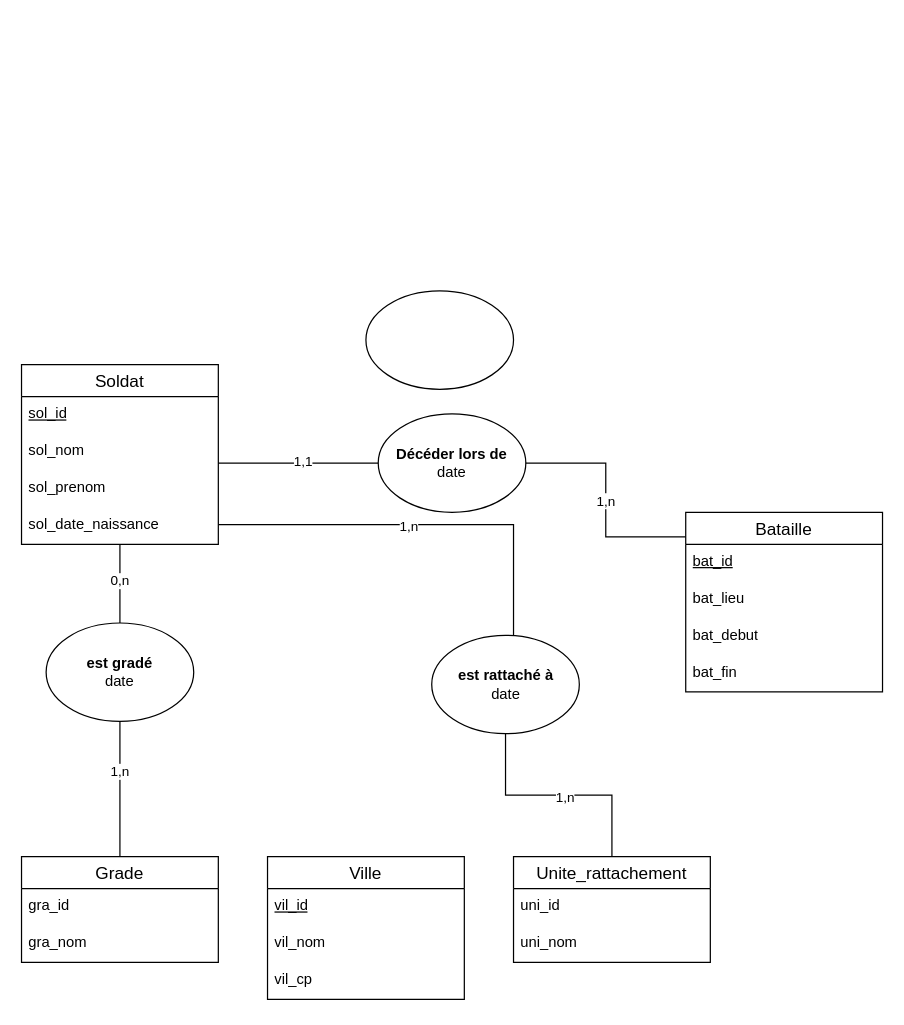
The draw.io diagram MCD_Historien.drawio in Mzk-Ali/EXO_M2I_MERISE, before the edit. Source tidied: cells renumbered, new cells numbered last; positions are measured from the earlier drawing's top-left corner, leaving out a move shared by most shapes. Both pictures are drawn from the tidied source at 123%, with x=0, y=0 at pixel (21, 290).
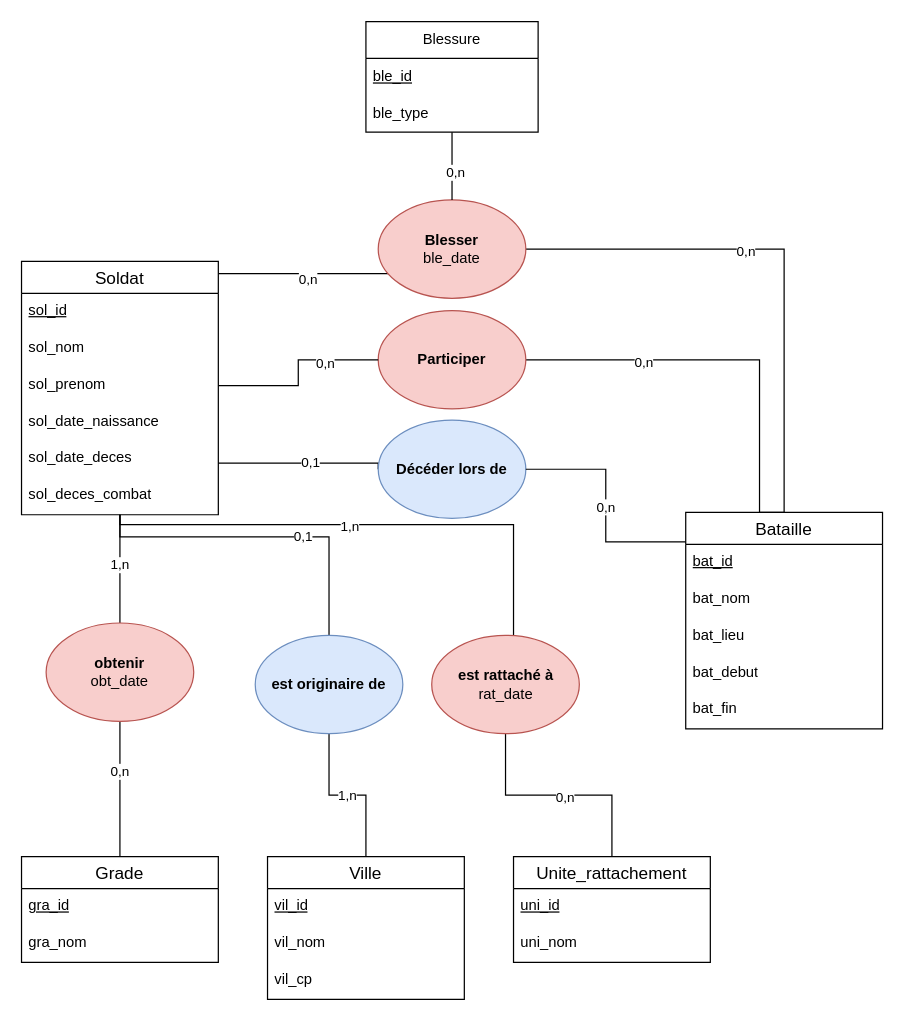
The same page after the edit.

Commit message (it also covers changes not shown here):
Mettre à jour MCD_Historien.drawio

The change refers to these unchanged cells:
```xml
<mxCell id="2" style="edgeStyle=orthogonalEdgeStyle;rounded=0;jettySize=auto;html=1;entryX=0.5;entryY=0;entryDx=0;entryDy=0;endArrow=none;startFill=0;" parent="1" edge="1" source="6" target="33">
  <mxGeometry relative="1" as="geometry" />
</mxCell>
<mxCell id="8" value="sol_nom" style="text;strokeColor=none;fillColor=none;spacingLeft=4;spacingRight=4;overflow=hidden;points=[[0,0.5],[1,0.5]];portConstraint=eastwest;fontSize=12;whiteSpace=wrap;html=1;" parent="6" vertex="1">
  <mxGeometry y="56" width="160" height="30" as="geometry" />
</mxCell>
<mxCell id="9" value="sol_prenom" style="text;strokeColor=none;fillColor=none;spacingLeft=4;spacingRight=4;overflow=hidden;points=[[0,0.5],[1,0.5]];portConstraint=eastwest;fontSize=12;whiteSpace=wrap;html=1;" parent="6" vertex="1">
  <mxGeometry y="86" width="160" height="30" as="geometry" />
</mxCell>
<mxCell id="16" value="Ville" style="swimlane;fontStyle=0;horizontal=1;startSize=26;align=center;fontSize=14;" parent="1" vertex="1">
  <mxGeometry x="200" y="460" width="160" height="116" as="geometry" />
</mxCell>
<mxCell id="20" value="Grade" style="swimlane;fontStyle=0;horizontal=1;startSize=26;align=center;fontSize=14;" parent="1" vertex="1">
  <mxGeometry y="460" width="160" height="86" as="geometry" />
</mxCell>
<mxCell id="23" value="Unite_rattachement" style="swimlane;fontStyle=0;horizontal=1;startSize=26;align=center;fontSize=14;" parent="1" vertex="1">
  <mxGeometry x="400" y="460" width="160" height="86" as="geometry" />
</mxCell>
<mxCell id="29" style="edgeStyle=orthogonalEdgeStyle;rounded=0;jettySize=auto;html=1;entryX=0;entryY=0.137;entryDx=0;entryDy=0;entryPerimeter=0;endArrow=none;startFill=0;" parent="1" edge="1" source="26" target="11">
  <mxGeometry relative="1" as="geometry" />
</mxCell>
<mxCell id="31" style="edgeStyle=orthogonalEdgeStyle;rounded=0;jettySize=auto;html=1;entryX=0.5;entryY=0;entryDx=0;entryDy=0;endArrow=none;startFill=0;" parent="1" edge="1" source="33" target="20">
  <mxGeometry relative="1" as="geometry" />
</mxCell>
<mxCell id="34" style="edgeStyle=orthogonalEdgeStyle;rounded=0;jettySize=auto;html=1;entryX=0.5;entryY=0;entryDx=0;entryDy=0;endArrow=none;startFill=0;" parent="1" edge="1" source="36" target="23">
  <mxGeometry relative="1" as="geometry" />
</mxCell>
```

Diff of the diagram source:
```diff
@@
-    <mxCell id="3" value="0,n" style="edgeLabel;html=1;align=center;verticalAlign=middle;" parent="2" vertex="1">
+    <mxCell id="3" value="1,n" style="edgeLabel;html=1;align=center;verticalAlign=middle;" parent="2" vertex="1">
       <mxGeometry x="-0.08" y="-1" relative="1" as="geometry" />
     </mxCell>
@@
+    <mxCell id="38" style="edgeStyle=orthogonalEdgeStyle;rounded=0;jettySize=auto;html=1;endArrow=none;startFill=0;" parent="1" edge="1" source="6" target="37">
+      <mxGeometry relative="1" as="geometry">
+        <Array as="points">
+          <mxPoint x="190" y="-14" />
+          <mxPoint x="190" y="-14" />
+        </Array>
+      </mxGeometry>
+    </mxCell>
+    <mxCell id="39" value="0,n" style="edgeLabel;html=1;align=center;verticalAlign=middle;" parent="38" vertex="1">
+      <mxGeometry x="0.05" y="-4" relative="1" as="geometry" />
+    </mxCell>
+    <mxCell id="40" style="edgeStyle=orthogonalEdgeStyle;rounded=0;jettySize=auto;html=1;entryX=0.5;entryY=0;entryDx=0;entryDy=0;endArrow=none;startFill=0;" parent="1" edge="1" source="6" target="51">
+      <mxGeometry relative="1" as="geometry">
+        <Array as="points">
+          <mxPoint x="250" y="200" />
+        </Array>
+      </mxGeometry>
+    </mxCell>
+    <mxCell id="41" value="0,1" style="edgeLabel;html=1;align=center;verticalAlign=middle;" parent="40" vertex="1">
+      <mxGeometry x="0.27" y="1" relative="1" as="geometry">
+        <mxPoint x="-4" as="offset" />
+      </mxGeometry>
+    </mxCell>
+    <mxCell id="42" style="edgeStyle=orthogonalEdgeStyle;rounded=0;jettySize=auto;html=1;entryX=0;entryY=0.5;entryDx=0;entryDy=0;endArrow=none;startFill=0;" parent="1" edge="1" source="6" target="26">
+      <mxGeometry relative="1" as="geometry">
+        <Array as="points">
+          <mxPoint x="200" y="140" />
+          <mxPoint x="200" y="140" />
+        </Array>
+      </mxGeometry>
+    </mxCell>
+    <mxCell id="43" value="0,1" style="edgeLabel;html=1;align=center;verticalAlign=middle;" parent="42" vertex="1">
+      <mxGeometry x="0.09" y="1" relative="1" as="geometry" />
+    </mxCell>
     <mxCell id="6" value="Soldat" style="swimlane;fontStyle=0;horizontal=1;startSize=26;align=center;fontSize=14;" parent="1" vertex="1">
-      <mxGeometry y="60" width="160" height="146" as="geometry" />
+      <mxGeometry y="-24" width="160" height="206" as="geometry" />
     </mxCell>
@@
+    <mxCell id="44" value="sol_date_deces" style="text;strokeColor=none;fillColor=none;spacingLeft=4;spacingRight=4;overflow=hidden;fontSize=12;whiteSpace=wrap;html=1;" parent="6" vertex="1">
+      <mxGeometry y="146" width="160" height="30" as="geometry" />
+    </mxCell>
+    <mxCell id="45" value="sol_deces_combat" style="text;strokeColor=none;fillColor=none;spacingLeft=4;spacingRight=4;overflow=hidden;fontSize=12;whiteSpace=wrap;html=1;" parent="6" vertex="1">
+      <mxGeometry y="176" width="160" height="30" as="geometry" />
+    </mxCell>
     <mxCell id="11" value="Bataille" style="swimlane;fontStyle=0;horizontal=1;startSize=26;align=center;fontSize=14;" parent="1" vertex="1">
-      <mxGeometry x="540" y="180" width="160" height="146" as="geometry" />
+      <mxGeometry x="540" y="180" width="160" height="176" as="geometry" />
     </mxCell>
+    <mxCell id="46" value="&lt;u&gt;bat_id&lt;/u&gt;" style="text;strokeColor=none;fillColor=none;spacingLeft=4;spacingRight=4;overflow=hidden;fontSize=12;whiteSpace=wrap;html=1;" parent="11" vertex="1">
+      <mxGeometry y="26" width="160" height="30" as="geometry" />
+    </mxCell>
-    <mxCell id="12" value="&lt;u&gt;bat_id&lt;/u&gt;" style="text;strokeColor=none;fillColor=none;spacingLeft=4;spacingRight=4;overflow=hidden;fontSize=12;whiteSpace=wrap;html=1;" parent="11" vertex="1">
-      <mxGeometry y="26" width="160" height="30" as="geometry" />
+    <mxCell id="12" value="bat_nom" style="text;strokeColor=none;fillColor=none;spacingLeft=4;spacingRight=4;overflow=hidden;fontSize=12;whiteSpace=wrap;html=1;" parent="11" vertex="1">
+      <mxGeometry y="56" width="160" height="30" as="geometry" />
     </mxCell>
     <mxCell id="13" value="bat_lieu" style="text;strokeColor=none;fillColor=none;spacingLeft=4;spacingRight=4;overflow=hidden;fontSize=12;whiteSpace=wrap;html=1;" parent="11" vertex="1">
-      <mxGeometry y="56" width="160" height="30" as="geometry" />
+      <mxGeometry y="86" width="160" height="30" as="geometry" />
     </mxCell>
     <mxCell id="14" value="bat_debut" style="text;strokeColor=none;fillColor=none;spacingLeft=4;spacingRight=4;overflow=hidden;fontSize=12;whiteSpace=wrap;html=1;" parent="11" vertex="1">
-      <mxGeometry y="86" width="160" height="30" as="geometry" />
+      <mxGeometry y="116" width="160" height="30" as="geometry" />
     </mxCell>
     <mxCell id="15" value="bat_fin" style="text;strokeColor=none;fillColor=none;spacingLeft=4;spacingRight=4;overflow=hidden;fontSize=12;whiteSpace=wrap;html=1;" parent="11" vertex="1">
-      <mxGeometry y="116" width="160" height="30" as="geometry" />
+      <mxGeometry y="146" width="160" height="30" as="geometry" />
     </mxCell>
@@
-    <mxCell id="21" value="gra_id" style="text;strokeColor=none;fillColor=none;spacingLeft=4;spacingRight=4;overflow=hidden;fontSize=12;whiteSpace=wrap;html=1;" parent="20" vertex="1">
+    <mxCell id="21" value="&lt;u&gt;gra_id&lt;/u&gt;" style="text;strokeColor=none;fillColor=none;spacingLeft=4;spacingRight=4;overflow=hidden;fontSize=12;whiteSpace=wrap;html=1;" parent="20" vertex="1">
       <mxGeometry y="26" width="160" height="30" as="geometry" />
     </mxCell>
@@
-    <mxCell id="24" value="uni_id" style="text;strokeColor=none;fillColor=none;spacingLeft=4;spacingRight=4;overflow=hidden;fontSize=12;whiteSpace=wrap;html=1;" parent="23" vertex="1">
+    <mxCell id="24" value="&lt;u&gt;uni_id&lt;/u&gt;" style="text;strokeColor=none;fillColor=none;spacingLeft=4;spacingRight=4;overflow=hidden;fontSize=12;whiteSpace=wrap;html=1;" parent="23" vertex="1">
       <mxGeometry y="26" width="160" height="30" as="geometry" />
     </mxCell>
@@
-    <mxCell id="26" value="&lt;b&gt;Décéder lors de&lt;/b&gt;&lt;div&gt;date&lt;/div&gt;" style="ellipse;whiteSpace=wrap;html=1;" parent="1" vertex="1">
-      <mxGeometry x="290" y="100" width="120" height="80" as="geometry" />
+    <mxCell id="26" value="&lt;b&gt;Décéder lors de&lt;/b&gt;" style="ellipse;whiteSpace=wrap;html=1;fillColor=#dae8fc;strokeColor=#6c8ebf;" parent="1" vertex="1">
+      <mxGeometry x="290" y="105" width="120" height="80" as="geometry" />
     </mxCell>
-    <mxCell id="27" style="edgeStyle=orthogonalEdgeStyle;rounded=0;jettySize=auto;html=1;entryX=0;entryY=0.5;entryDx=0;entryDy=0;endArrow=none;startFill=0;" parent="1" edge="1" source="8" target="26">
-      <mxGeometry relative="1" as="geometry">
-        <Array as="points">
-          <mxPoint x="210" y="140" />
-          <mxPoint x="210" y="140" />
-        </Array>
-      </mxGeometry>
-    </mxCell>
-    <mxCell id="28" value="1,1" style="edgeLabel;html=1;align=center;verticalAlign=middle;" parent="27" vertex="1">
-      <mxGeometry x="0.04" y="2" relative="1" as="geometry" />
-    </mxCell>
@@
-    <mxCell id="30" value="1,n" style="edgeLabel;html=1;align=center;verticalAlign=middle;" parent="29" vertex="1">
+    <mxCell id="30" value="0,n" style="edgeLabel;html=1;align=center;verticalAlign=middle;" parent="29" vertex="1">
       <mxGeometry y="-1" relative="1" as="geometry" />
     </mxCell>
@@
-    <mxCell id="32" value="1,n" style="edgeLabel;html=1;align=center;verticalAlign=middle;" parent="31" vertex="1">
+    <mxCell id="32" value="0,n" style="edgeLabel;html=1;align=center;verticalAlign=middle;" parent="31" vertex="1">
       <mxGeometry x="-0.27" y="-1" relative="1" as="geometry" />
     </mxCell>
-    <mxCell id="33" value="&lt;b&gt;est gradé&lt;/b&gt;&lt;div&gt;date&lt;/div&gt;" style="ellipse;whiteSpace=wrap;html=1;" parent="1" vertex="1">
+    <mxCell id="33" value="&lt;b&gt;obtenir&lt;/b&gt;&lt;div&gt;obt_date&lt;/div&gt;" style="ellipse;whiteSpace=wrap;html=1;fillColor=#f8cecc;strokeColor=#b85450;" parent="1" vertex="1">
       <mxGeometry x="20" y="270" width="120" height="80" as="geometry" />
     </mxCell>
@@
-    <mxCell id="35" value="1,n" style="edgeLabel;html=1;align=center;verticalAlign=middle;" parent="34" vertex="1">
+    <mxCell id="35" value="0,n" style="edgeLabel;html=1;align=center;verticalAlign=middle;" parent="34" vertex="1">
       <mxGeometry x="0.05" y="-1" relative="1" as="geometry" />
     </mxCell>
-    <mxCell id="36" value="&lt;b&gt;est rattaché à&lt;/b&gt;&lt;div&gt;date&lt;/div&gt;" style="ellipse;whiteSpace=wrap;html=1;" parent="1" vertex="1">
+    <mxCell id="36" value="&lt;b&gt;est rattaché à&lt;/b&gt;&lt;div&gt;rat_date&lt;/div&gt;" style="ellipse;whiteSpace=wrap;html=1;fillColor=#f8cecc;strokeColor=#b85450;" parent="1" vertex="1">
       <mxGeometry x="333.5" y="280" width="120" height="80" as="geometry" />
     </mxCell>
+    <mxCell id="47" style="edgeStyle=orthogonalEdgeStyle;rounded=0;jettySize=auto;html=1;entryX=0.5;entryY=0;entryDx=0;entryDy=0;endArrow=none;startFill=0;" parent="1" edge="1" source="37" target="11">
+      <mxGeometry relative="1" as="geometry" />
+    </mxCell>
+    <mxCell id="48" value="0,n" style="edgeLabel;html=1;align=center;verticalAlign=middle;" parent="47" vertex="1">
+      <mxGeometry x="-0.16" y="-1" relative="1" as="geometry" />
+    </mxCell>
-    <mxCell id="37" style="ellipse;whiteSpace=wrap;html=1;" parent="1" vertex="1">
-      <mxGeometry x="280" width="120" height="80" as="geometry" />
+    <mxCell id="37" value="&lt;b&gt;Blesser&lt;/b&gt;&lt;div&gt;&lt;span style=&quot;background-color: transparent; color: light-dark(rgb(0, 0, 0), rgb(255, 255, 255));&quot;&gt;ble_date&lt;/span&gt;&lt;/div&gt;" style="ellipse;whiteSpace=wrap;html=1;fillColor=#f8cecc;strokeColor=#b85450;" parent="1" vertex="1">
+      <mxGeometry x="290" y="-74" width="120" height="80" as="geometry" />
     </mxCell>
+    <mxCell id="49" style="edgeStyle=orthogonalEdgeStyle;rounded=0;jettySize=auto;html=1;entryX=0.5;entryY=0;entryDx=0;entryDy=0;endArrow=none;startFill=0;" parent="1" edge="1" source="51" target="16">
+      <mxGeometry relative="1" as="geometry" />
+    </mxCell>
+    <mxCell id="50" value="1,n" style="edgeLabel;html=1;align=center;verticalAlign=middle;" parent="49" vertex="1">
+      <mxGeometry x="-0.02" y="1" relative="1" as="geometry" />
+    </mxCell>
+    <mxCell id="51" value="&lt;b&gt;est originaire de&lt;/b&gt;" style="ellipse;whiteSpace=wrap;html=1;fillColor=#dae8fc;strokeColor=#6c8ebf;" parent="1" vertex="1">
+      <mxGeometry x="190" y="280" width="120" height="80" as="geometry" />
+    </mxCell>
+    <mxCell id="52" style="edgeStyle=orthogonalEdgeStyle;rounded=0;jettySize=auto;html=1;entryX=0.5;entryY=0;entryDx=0;entryDy=0;endArrow=none;startFill=0;" parent="1" edge="1" source="54" target="37">
+      <mxGeometry relative="1" as="geometry" />
+    </mxCell>
+    <mxCell id="53" value="0,n" style="edgeLabel;html=1;align=center;verticalAlign=middle;" parent="52" vertex="1">
+      <mxGeometry x="0.18" y="2" relative="1" as="geometry" />
+    </mxCell>
+    <mxCell id="54" value="Blessure" style="swimlane;fontStyle=0;horizontal=1;startSize=30;whiteSpace=wrap;html=1;" parent="1" vertex="1">
+      <mxGeometry x="280" y="-219" width="140" height="90" as="geometry" />
+    </mxCell>
+    <mxCell id="55" value="&lt;u&gt;ble_id&lt;/u&gt;" style="text;strokeColor=none;fillColor=none;align=left;verticalAlign=middle;spacingLeft=4;spacingRight=4;overflow=hidden;whiteSpace=wrap;html=1;" parent="54" vertex="1">
+      <mxGeometry y="30" width="140" height="30" as="geometry" />
+    </mxCell>
+    <mxCell id="56" value="ble_type" style="text;strokeColor=none;fillColor=none;align=left;verticalAlign=middle;spacingLeft=4;spacingRight=4;overflow=hidden;whiteSpace=wrap;html=1;" parent="54" vertex="1">
+      <mxGeometry y="60" width="140" height="30" as="geometry" />
+    </mxCell>
+    <mxCell id="57" style="edgeStyle=orthogonalEdgeStyle;rounded=0;jettySize=auto;html=1;entryX=0.5;entryY=0;entryDx=0;entryDy=0;endArrow=none;startFill=0;" parent="1" edge="1" source="59" target="11">
+      <mxGeometry relative="1" as="geometry">
+        <Array as="points">
+          <mxPoint x="600" y="56" />
+          <mxPoint x="600" y="180" />
+        </Array>
+      </mxGeometry>
+    </mxCell>
+    <mxCell id="58" value="0,n" style="edgeLabel;html=1;align=center;verticalAlign=middle;" parent="57" vertex="1">
+      <mxGeometry x="-0.43" y="-1" relative="1" as="geometry" />
+    </mxCell>
+    <mxCell id="59" value="&lt;b&gt;Participer&lt;/b&gt;" style="ellipse;whiteSpace=wrap;html=1;fillColor=#f8cecc;strokeColor=#b85450;" parent="1" vertex="1">
+      <mxGeometry x="290" y="16" width="120" height="80" as="geometry" />
+    </mxCell>
+    <mxCell id="60" style="edgeStyle=orthogonalEdgeStyle;rounded=0;jettySize=auto;html=1;entryX=0;entryY=0.5;entryDx=0;entryDy=0;endArrow=none;startFill=0;" parent="1" edge="1" source="9" target="59">
+      <mxGeometry relative="1" as="geometry" />
+    </mxCell>
+    <mxCell id="61" value="0,n" style="edgeLabel;html=1;align=center;verticalAlign=middle;" parent="60" vertex="1">
+      <mxGeometry x="0.42" y="-2" relative="1" as="geometry" />
+    </mxCell>
```
